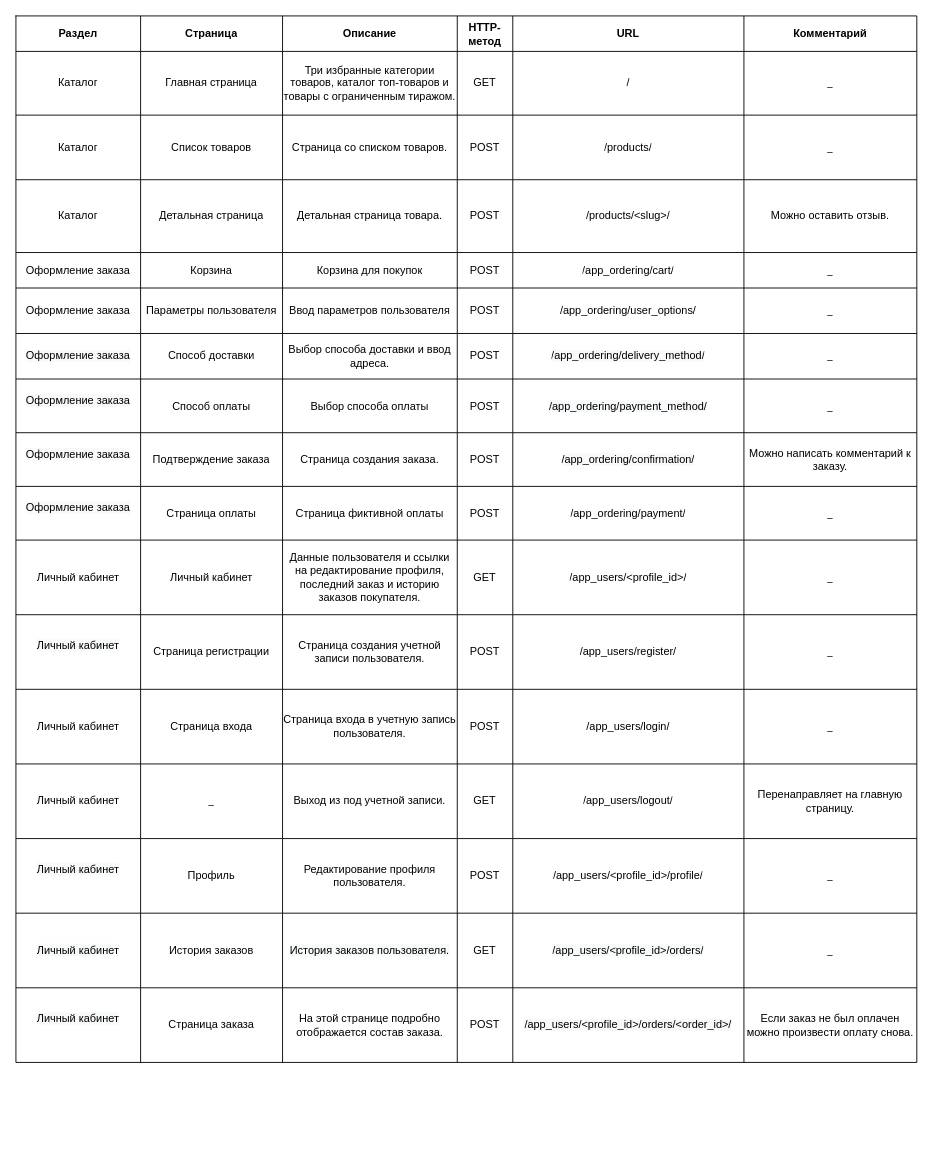
Molecula80/megano keeps this draw.io diagram as planning/urls.drawio. Above is the earlier version. Source tidied: cells renumbered, new cells numbered last; positions are measured from the earlier drawing's top-left corner, leaving out a move shared by most shapes. Both pictures are drawn from the tidied source at 91%, with x=0, y=0 at pixel (15, 15).
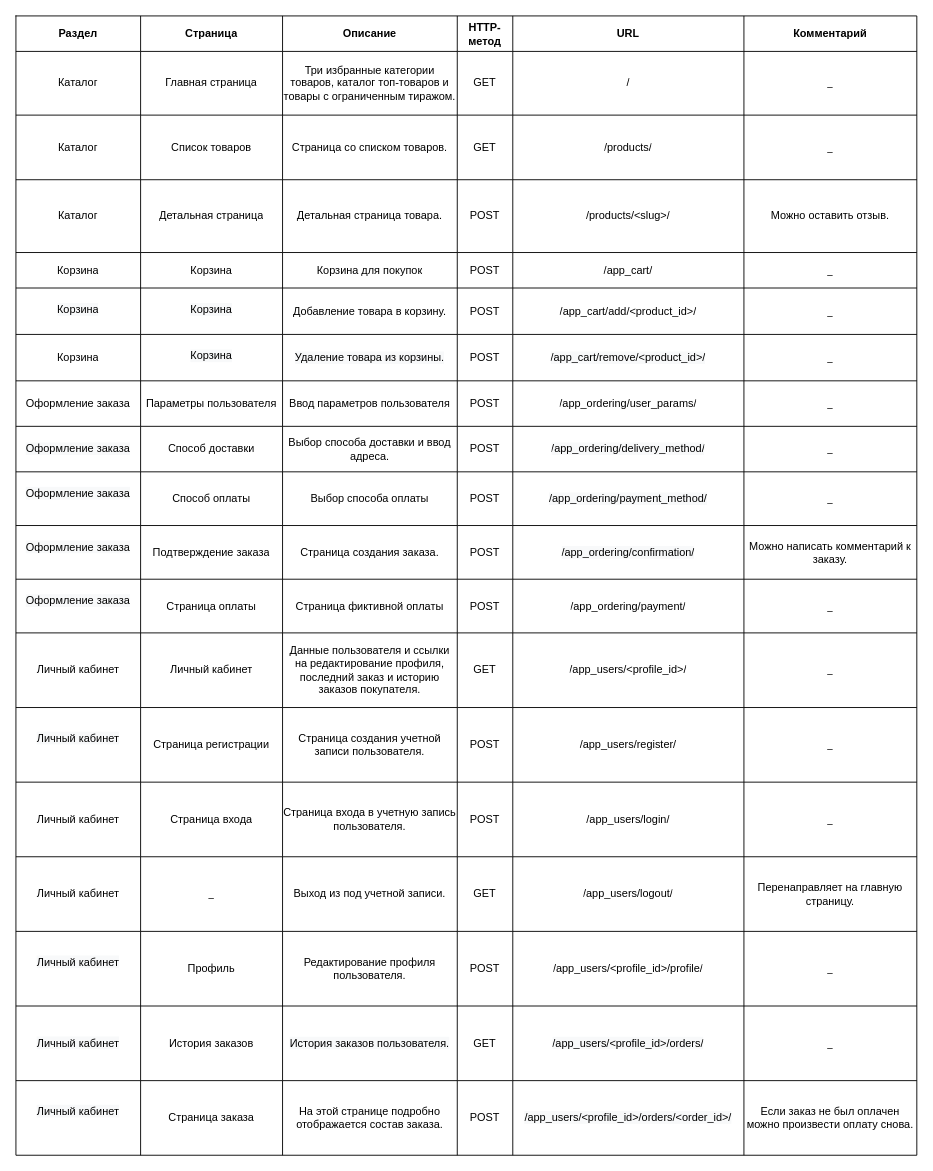
After the change.

Unchanged cells that the change refers to:
```xml
<mxCell id="17" style="shape=tableRow;horizontal=0;startSize=0;swimlaneHead=0;swimlaneBody=0;top=0;left=0;bottom=0;right=0;fillColor=none;" parent="2" vertex="1">
  <mxGeometry y="109" width="990" height="71" as="geometry" />
</mxCell>
<mxCell id="31" style="shape=tableRow;horizontal=0;startSize=0;swimlaneHead=0;swimlaneBody=0;top=0;left=0;bottom=0;right=0;fillColor=none;" parent="2" vertex="1">
  <mxGeometry y="260" width="990" height="39" as="geometry" />
</mxCell>
```

The edit, as a diff of the source:
```diff
@@
     <mxCell id="2" style="shape=table;startSize=0;childLayout=tableLayout;" parent="1" vertex="1">
-      <mxGeometry width="990" height="1150" as="geometry" />
+      <mxGeometry width="990" height="1252" as="geometry" />
     </mxCell>
@@
-    <mxCell id="21" value="POST" style="shape=partialRectangle;html=1;whiteSpace=wrap;overflow=hidden;fillColor=none;top=0;left=0;bottom=0;right=0;" parent="17" vertex="1">
+    <mxCell id="21" value="GET" style="shape=partialRectangle;html=1;whiteSpace=wrap;overflow=hidden;fillColor=none;top=0;left=0;bottom=0;right=0;" parent="17" vertex="1">
       <mxGeometry x="485" width="61" height="71" as="geometry" />
     </mxCell>
@@
-    <mxCell id="32" value="Оформление заказа" style="shape=partialRectangle;html=1;whiteSpace=wrap;overflow=hidden;fillColor=none;top=0;left=0;bottom=0;right=0;" parent="31" vertex="1">
+    <mxCell id="32" value="Корзина" style="shape=partialRectangle;html=1;whiteSpace=wrap;overflow=hidden;fillColor=none;top=0;left=0;bottom=0;right=0;" parent="31" vertex="1">
       <mxGeometry width="137" height="39" as="geometry" />
     </mxCell>
@@
-    <mxCell id="36" value="/app_ordering/cart/" style="shape=partialRectangle;html=1;whiteSpace=wrap;overflow=hidden;fillColor=none;top=0;left=0;bottom=0;right=0;" parent="31" vertex="1">
+    <mxCell id="36" value="/app_cart/" style="shape=partialRectangle;html=1;whiteSpace=wrap;overflow=hidden;fillColor=none;top=0;left=0;bottom=0;right=0;" parent="31" vertex="1">
       <mxGeometry x="546" width="254" height="39" as="geometry" />
     </mxCell>
@@
+    <mxCell id="122" style="shape=tableRow;horizontal=0;startSize=0;swimlaneHead=0;swimlaneBody=0;top=0;left=0;bottom=0;right=0;fillColor=none;" parent="2" vertex="1">
+      <mxGeometry y="299" width="990" height="51" as="geometry" />
+    </mxCell>
+    <mxCell id="123" value="&#10;&lt;span style=&quot;color: rgb(0, 0, 0); font-family: Helvetica; font-size: 12px; font-style: normal; font-variant-ligatures: normal; font-variant-caps: normal; font-weight: 400; letter-spacing: normal; orphans: 2; text-align: center; text-indent: 0px; text-transform: none; widows: 2; word-spacing: 0px; -webkit-text-stroke-width: 0px; background-color: rgb(248, 249, 250); text-decoration-thickness: initial; text-decoration-style: initial; text-decoration-color: initial; float: none; display: inline !important;&quot;&gt;Корзина&lt;/span&gt;&#10;&#10;" style="shape=partialRectangle;html=1;whiteSpace=wrap;overflow=hidden;fillColor=none;top=0;left=0;bottom=0;right=0;" parent="122" vertex="1">
+      <mxGeometry width="137" height="51" as="geometry" />
+    </mxCell>
+    <mxCell id="124" value="&#10;&lt;span style=&quot;color: rgb(0, 0, 0); font-family: Helvetica; font-size: 12px; font-style: normal; font-variant-ligatures: normal; font-variant-caps: normal; font-weight: 400; letter-spacing: normal; orphans: 2; text-align: center; text-indent: 0px; text-transform: none; widows: 2; word-spacing: 0px; -webkit-text-stroke-width: 0px; background-color: rgb(248, 249, 250); text-decoration-thickness: initial; text-decoration-style: initial; text-decoration-color: initial; float: none; display: inline !important;&quot;&gt;Корзина&lt;/span&gt;&#10;&#10;" style="shape=partialRectangle;html=1;whiteSpace=wrap;overflow=hidden;fillColor=none;top=0;left=0;bottom=0;right=0;" parent="122" vertex="1">
+      <mxGeometry x="137" width="156" height="51" as="geometry" />
+    </mxCell>
+    <mxCell id="125" value="Добавление товара в корзину." style="shape=partialRectangle;html=1;whiteSpace=wrap;overflow=hidden;fillColor=none;top=0;left=0;bottom=0;right=0;" parent="122" vertex="1">
+      <mxGeometry x="293" width="192" height="51" as="geometry" />
+    </mxCell>
+    <mxCell id="126" value="POST" style="shape=partialRectangle;html=1;whiteSpace=wrap;overflow=hidden;fillColor=none;top=0;left=0;bottom=0;right=0;" parent="122" vertex="1">
+      <mxGeometry x="485" width="61" height="51" as="geometry" />
+    </mxCell>
+    <mxCell id="127" value="/app_cart/add/&amp;lt;product_id&amp;gt;/" style="shape=partialRectangle;html=1;whiteSpace=wrap;overflow=hidden;fillColor=none;top=0;left=0;bottom=0;right=0;" parent="122" vertex="1">
+      <mxGeometry x="546" width="254" height="51" as="geometry" />
+    </mxCell>
+    <mxCell id="128" value="_" style="shape=partialRectangle;html=1;whiteSpace=wrap;overflow=hidden;fillColor=none;top=0;left=0;bottom=0;right=0;" parent="122" vertex="1">
+      <mxGeometry x="800" width="190" height="51" as="geometry" />
+    </mxCell>
+    <mxCell id="129" style="shape=tableRow;horizontal=0;startSize=0;swimlaneHead=0;swimlaneBody=0;top=0;left=0;bottom=0;right=0;fillColor=none;" parent="2" vertex="1">
+      <mxGeometry y="350" width="990" height="51" as="geometry" />
+    </mxCell>
+    <mxCell id="130" value="Корзина" style="shape=partialRectangle;html=1;whiteSpace=wrap;overflow=hidden;fillColor=none;top=0;left=0;bottom=0;right=0;" parent="129" vertex="1">
+      <mxGeometry width="137" height="51" as="geometry" />
+    </mxCell>
+    <mxCell id="131" value="&#10;&lt;span style=&quot;color: rgb(0, 0, 0); font-family: Helvetica; font-size: 12px; font-style: normal; font-variant-ligatures: normal; font-variant-caps: normal; font-weight: 400; letter-spacing: normal; orphans: 2; text-align: center; text-indent: 0px; text-transform: none; widows: 2; word-spacing: 0px; -webkit-text-stroke-width: 0px; background-color: rgb(248, 249, 250); text-decoration-thickness: initial; text-decoration-style: initial; text-decoration-color: initial; float: none; display: inline !important;&quot;&gt;Корзина&lt;/span&gt;&#10;&#10;" style="shape=partialRectangle;html=1;whiteSpace=wrap;overflow=hidden;fillColor=none;top=0;left=0;bottom=0;right=0;" parent="129" vertex="1">
+      <mxGeometry x="137" width="156" height="51" as="geometry" />
+    </mxCell>
+    <mxCell id="132" value="&lt;span style=&quot;color: rgb(0, 0, 0); font-family: Helvetica; font-size: 12px; font-style: normal; font-variant-ligatures: normal; font-variant-caps: normal; font-weight: 400; letter-spacing: normal; orphans: 2; text-align: center; text-indent: 0px; text-transform: none; widows: 2; word-spacing: 0px; -webkit-text-stroke-width: 0px; background-color: rgb(248, 249, 250); text-decoration-thickness: initial; text-decoration-style: initial; text-decoration-color: initial; float: none; display: inline !important;&quot;&gt;Удаление товара из корзины.&lt;/span&gt;" style="shape=partialRectangle;html=1;whiteSpace=wrap;overflow=hidden;fillColor=none;top=0;left=0;bottom=0;right=0;" parent="129" vertex="1">
+      <mxGeometry x="293" width="192" height="51" as="geometry" />
+    </mxCell>
+    <mxCell id="133" value="POST" style="shape=partialRectangle;html=1;whiteSpace=wrap;overflow=hidden;fillColor=none;top=0;left=0;bottom=0;right=0;" parent="129" vertex="1">
+      <mxGeometry x="485" width="61" height="51" as="geometry" />
+    </mxCell>
+    <mxCell id="134" value="&lt;span style=&quot;color: rgb(0, 0, 0); font-family: Helvetica; font-size: 12px; font-style: normal; font-variant-ligatures: normal; font-variant-caps: normal; font-weight: 400; letter-spacing: normal; orphans: 2; text-align: center; text-indent: 0px; text-transform: none; widows: 2; word-spacing: 0px; -webkit-text-stroke-width: 0px; background-color: rgb(248, 249, 250); text-decoration-thickness: initial; text-decoration-style: initial; text-decoration-color: initial; float: none; display: inline !important;&quot;&gt;/app_cart/remove/&amp;lt;product_id&amp;gt;/&lt;/span&gt;" style="shape=partialRectangle;html=1;whiteSpace=wrap;overflow=hidden;fillColor=none;top=0;left=0;bottom=0;right=0;" parent="129" vertex="1">
+      <mxGeometry x="546" width="254" height="51" as="geometry" />
+    </mxCell>
+    <mxCell id="135" value="_" style="shape=partialRectangle;html=1;whiteSpace=wrap;overflow=hidden;fillColor=none;top=0;left=0;bottom=0;right=0;" parent="129" vertex="1">
+      <mxGeometry x="800" width="190" height="51" as="geometry" />
+    </mxCell>
     <mxCell id="38" style="shape=tableRow;horizontal=0;startSize=0;swimlaneHead=0;swimlaneBody=0;top=0;left=0;bottom=0;right=0;fillColor=none;" parent="2" vertex="1">
-      <mxGeometry y="299" width="990" height="50" as="geometry" />
+      <mxGeometry y="401" width="990" height="50" as="geometry" />
     </mxCell>
@@
-    <mxCell id="43" value="/app_ordering/user_options/" style="shape=partialRectangle;html=1;whiteSpace=wrap;overflow=hidden;fillColor=none;top=0;left=0;bottom=0;right=0;" parent="38" vertex="1">
+    <mxCell id="43" value="/app_ordering/user_params/" style="shape=partialRectangle;html=1;whiteSpace=wrap;overflow=hidden;fillColor=none;top=0;left=0;bottom=0;right=0;" parent="38" vertex="1">
       <mxGeometry x="546" width="254" height="50" as="geometry" />
     </mxCell>
@@
     <mxCell id="45" style="shape=tableRow;horizontal=0;startSize=0;swimlaneHead=0;swimlaneBody=0;top=0;left=0;bottom=0;right=0;fillColor=none;" parent="2" vertex="1">
-      <mxGeometry y="349" width="990" height="50" as="geometry" />
+      <mxGeometry y="451" width="990" height="50" as="geometry" />
     </mxCell>
@@
     <mxCell id="52" style="shape=tableRow;horizontal=0;startSize=0;swimlaneHead=0;swimlaneBody=0;top=0;left=0;bottom=0;right=0;fillColor=none;" parent="2" vertex="1">
-      <mxGeometry y="399" width="990" height="59" as="geometry" />
+      <mxGeometry y="501" width="990" height="59" as="geometry" />
     </mxCell>
@@
     <mxCell id="59" style="shape=tableRow;horizontal=0;startSize=0;swimlaneHead=0;swimlaneBody=0;top=0;left=0;bottom=0;right=0;fillColor=none;" parent="2" vertex="1">
-      <mxGeometry y="458" width="990" height="59" as="geometry" />
+      <mxGeometry y="560" width="990" height="59" as="geometry" />
     </mxCell>
@@
     <mxCell id="66" style="shape=tableRow;horizontal=0;startSize=0;swimlaneHead=0;swimlaneBody=0;top=0;left=0;bottom=0;right=0;fillColor=none;" parent="2" vertex="1">
-      <mxGeometry y="517" width="990" height="59" as="geometry" />
+      <mxGeometry y="619" width="990" height="59" as="geometry" />
     </mxCell>
@@
     <mxCell id="73" style="shape=tableRow;horizontal=0;startSize=0;swimlaneHead=0;swimlaneBody=0;top=0;left=0;bottom=0;right=0;fillColor=none;" parent="2" vertex="1">
-      <mxGeometry y="576" width="990" height="82" as="geometry" />
+      <mxGeometry y="678" width="990" height="82" as="geometry" />
     </mxCell>
@@
     <mxCell id="80" style="shape=tableRow;horizontal=0;startSize=0;swimlaneHead=0;swimlaneBody=0;top=0;left=0;bottom=0;right=0;fillColor=none;" parent="2" vertex="1">
-      <mxGeometry y="658" width="990" height="82" as="geometry" />
+      <mxGeometry y="760" width="990" height="82" as="geometry" />
     </mxCell>
@@
     <mxCell id="87" style="shape=tableRow;horizontal=0;startSize=0;swimlaneHead=0;swimlaneBody=0;top=0;left=0;bottom=0;right=0;fillColor=none;" parent="2" vertex="1">
-      <mxGeometry y="740" width="990" height="82" as="geometry" />
+      <mxGeometry y="842" width="990" height="82" as="geometry" />
     </mxCell>
@@
     <mxCell id="94" style="shape=tableRow;horizontal=0;startSize=0;swimlaneHead=0;swimlaneBody=0;top=0;left=0;bottom=0;right=0;fillColor=none;" parent="2" vertex="1">
-      <mxGeometry y="822" width="990" height="82" as="geometry" />
+      <mxGeometry y="924" width="990" height="82" as="geometry" />
     </mxCell>
@@
     <mxCell id="101" style="shape=tableRow;horizontal=0;startSize=0;swimlaneHead=0;swimlaneBody=0;top=0;left=0;bottom=0;right=0;fillColor=none;" parent="2" vertex="1">
-      <mxGeometry y="904" width="990" height="82" as="geometry" />
+      <mxGeometry y="1006" width="990" height="82" as="geometry" />
     </mxCell>
@@
     <mxCell id="108" style="shape=tableRow;horizontal=0;startSize=0;swimlaneHead=0;swimlaneBody=0;top=0;left=0;bottom=0;right=0;fillColor=none;" parent="2" vertex="1">
-      <mxGeometry y="986" width="990" height="82" as="geometry" />
+      <mxGeometry y="1088" width="990" height="82" as="geometry" />
     </mxCell>
@@
     <mxCell id="115" style="shape=tableRow;horizontal=0;startSize=0;swimlaneHead=0;swimlaneBody=0;top=0;left=0;bottom=0;right=0;fillColor=none;" parent="2" vertex="1">
-      <mxGeometry y="1068" width="990" height="82" as="geometry" />
+      <mxGeometry y="1170" width="990" height="82" as="geometry" />
     </mxCell>
```
